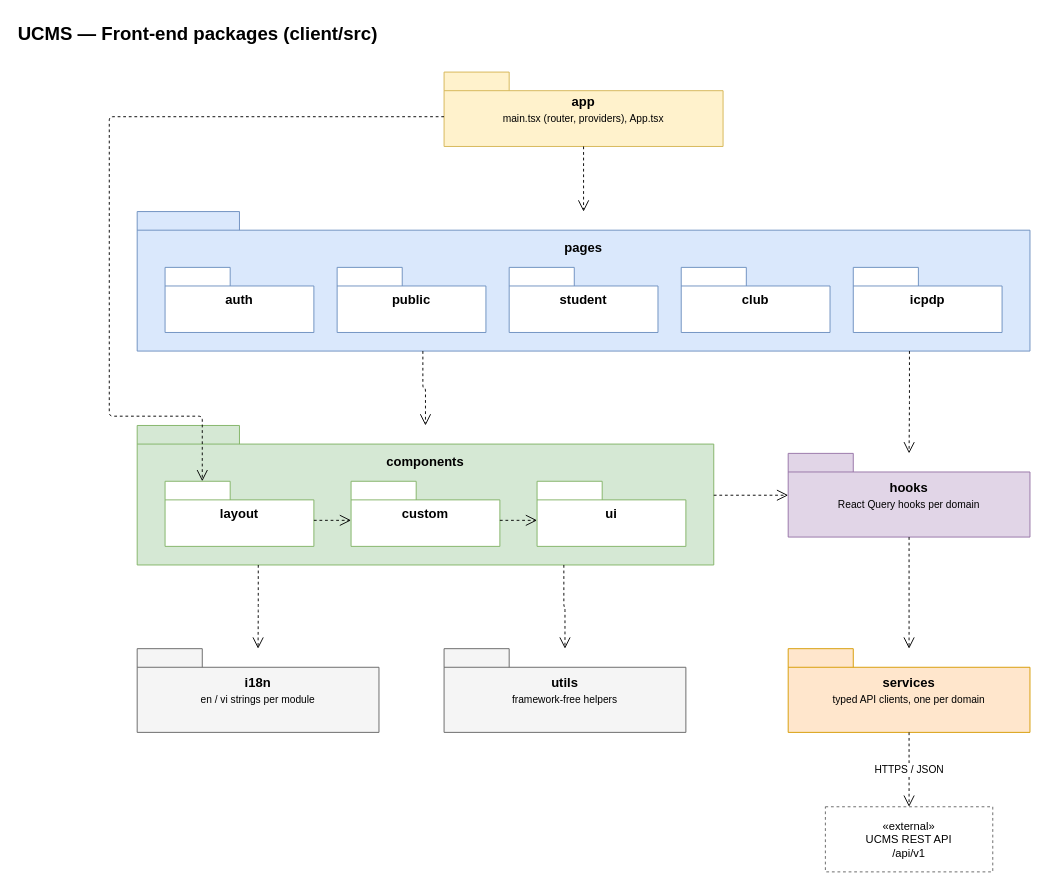
This is page "Front-end packages" (1 of 2) of docs/03-diagrams/UCMS_Package_Diagrams.drawio from nvdekay/ClubManagementSystem, a draw.io file, before an edit. Source tidied: cells renumbered, new cells numbered last; positions are measured from the earlier drawing's top-left corner, leaving out a move shared by most shapes. Both pictures are drawn from the tidied source at 93%, with x=0, y=0 at pixel (16, 16).
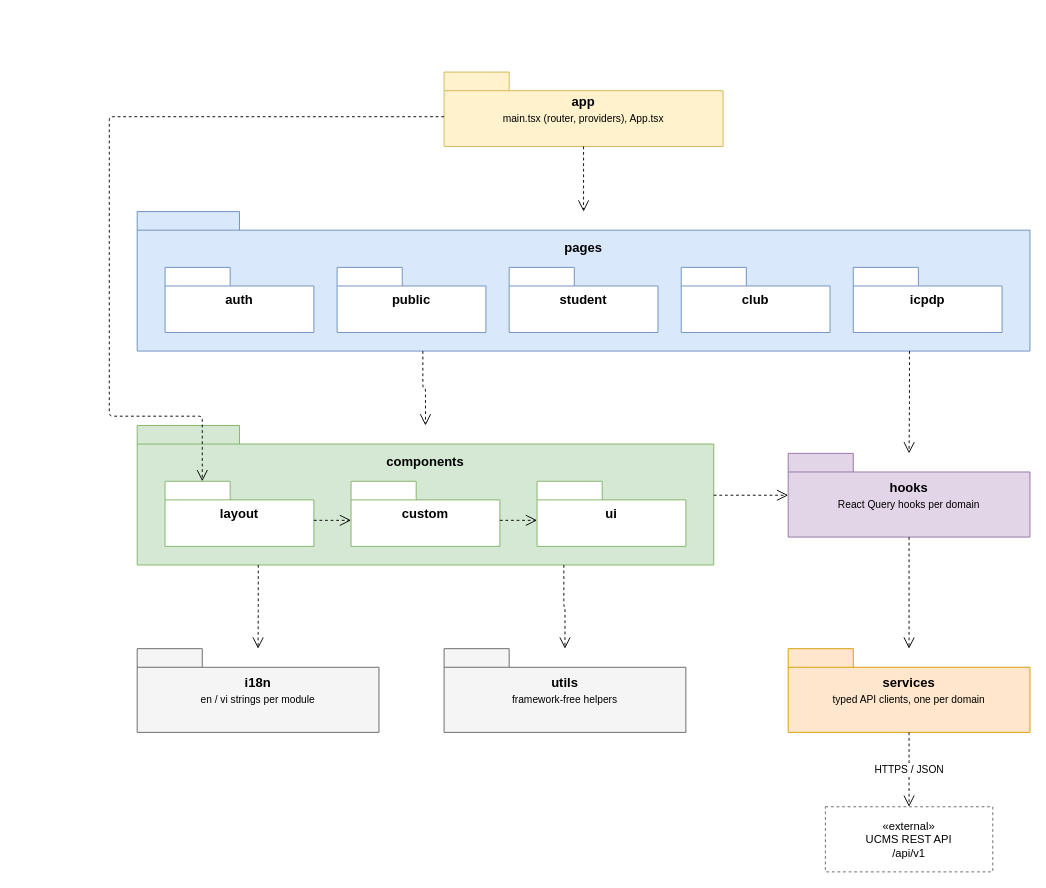
The same diagram, later.

The edit, as a diff of the source:
```diff
@@
-    <mxCell id="2" value="UCMS — Front-end packages (client/src)" style="text;html=1;strokeColor=none;fillColor=none;align=left;verticalAlign=middle;fontSize=20;fontStyle=1;" parent="1" vertex="1">
-      <mxGeometry width="900" height="36" as="geometry" />
-    </mxCell>
```
